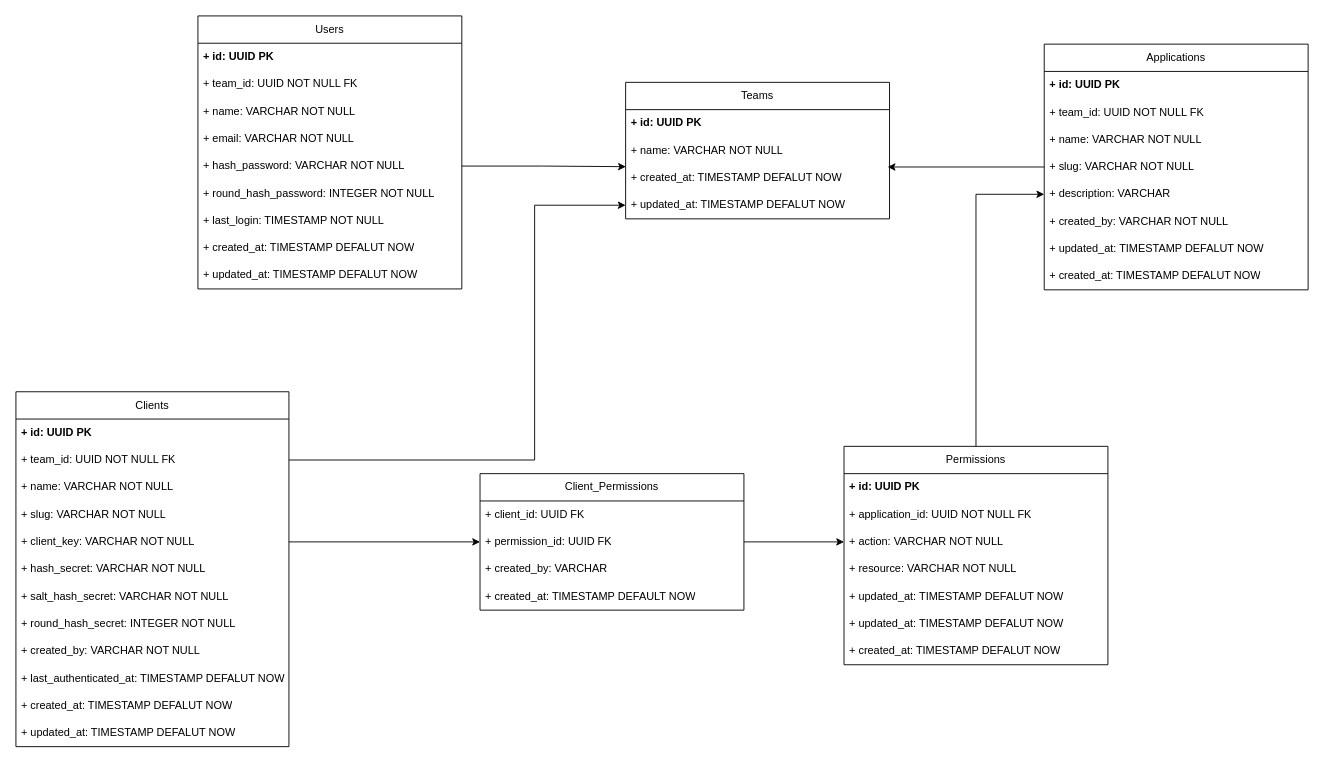
The draw.io diagram page "Modelagem" (2 of 2) of docs/Oauth-JWT-API.drawio in guilhermealvess/oauth-api, before the edit. Source tidied: cells renumbered, new cells numbered last; positions are measured from the earlier drawing's top-left corner, leaving out a move shared by most shapes. Both pictures are drawn from the tidied source at 91%, with x=0, y=0 at pixel (15, 15).
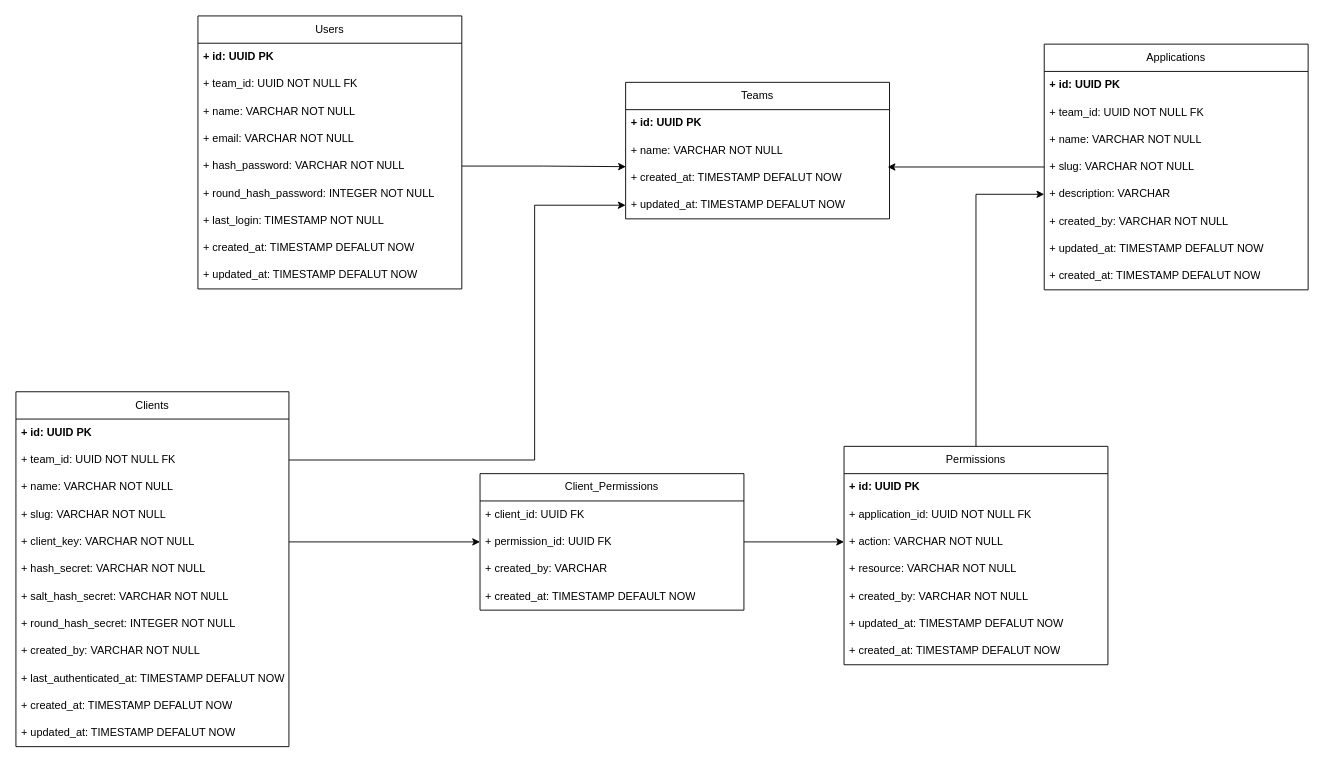
The same page after the edit.

The change refers to these unchanged cells:
```xml
<mxCell id="27" value="Permissions" style="swimlane;fontStyle=0;horizontal=1;startSize=30;whiteSpace=wrap;html=1;" parent="1" vertex="1">
  <mxGeometry x="910" y="473" width="290" height="240" as="geometry" />
</mxCell>
```

Diff of the diagram source:
```diff
@@
-    <mxCell id="32" value="+ updated_at: TIMESTAMP DEFALUT NOW" style="text;strokeColor=none;fillColor=none;align=left;verticalAlign=middle;spacingLeft=4;spacingRight=4;overflow=hidden;whiteSpace=wrap;html=1;" parent="27" vertex="1">
+    <mxCell id="32" value="+ created_by: VARCHAR NOT NULL" style="text;strokeColor=none;fillColor=none;align=left;verticalAlign=middle;spacingLeft=4;spacingRight=4;overflow=hidden;whiteSpace=wrap;html=1;" parent="27" vertex="1">
       <mxGeometry y="150" width="290" height="30" as="geometry" />
     </mxCell>
```
